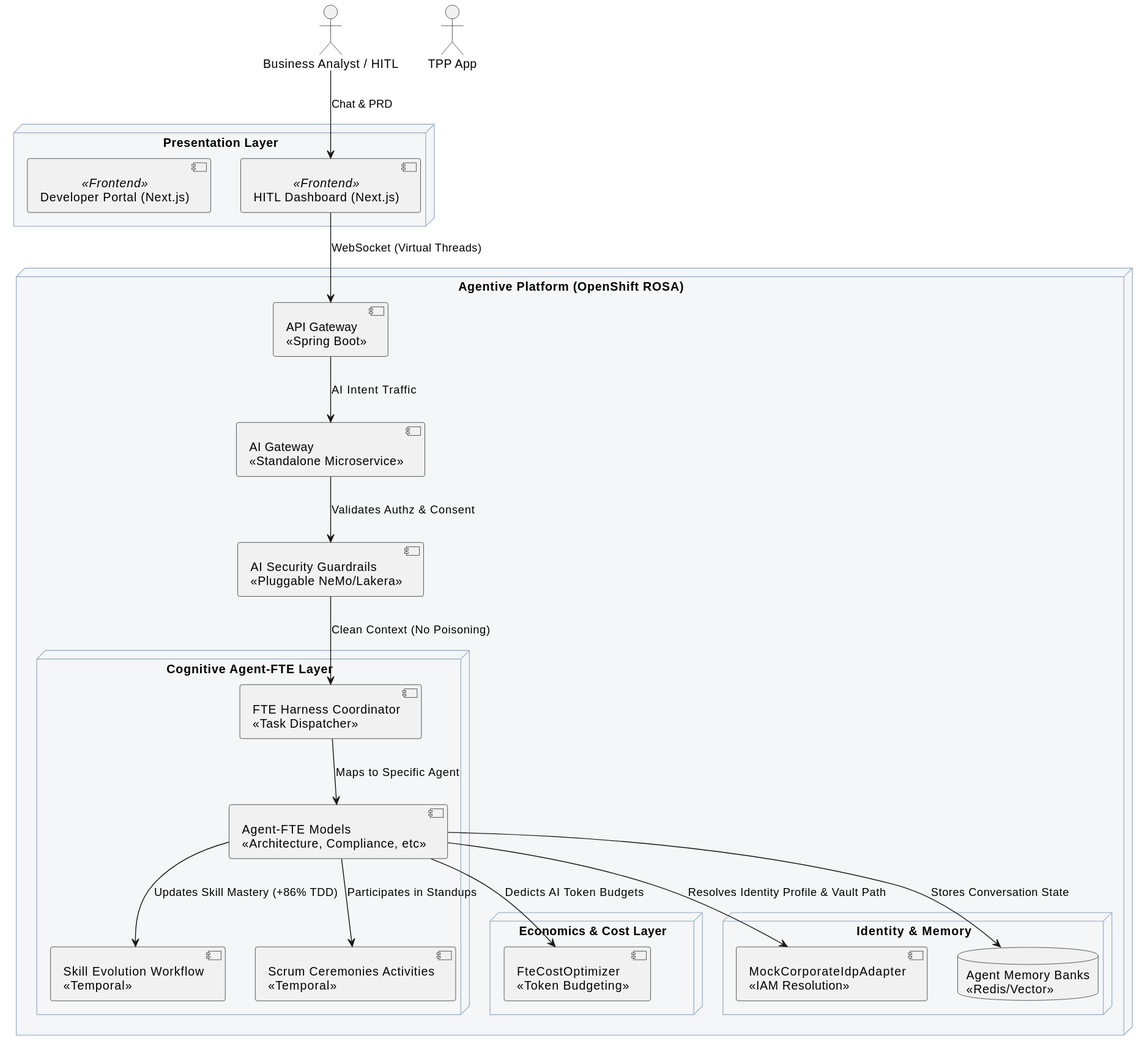
Earlier version of the PlantUML export docs/diagrams/AI_Cognitive_Architecture.svg (COPUR/OPF-Agentive-Platform).
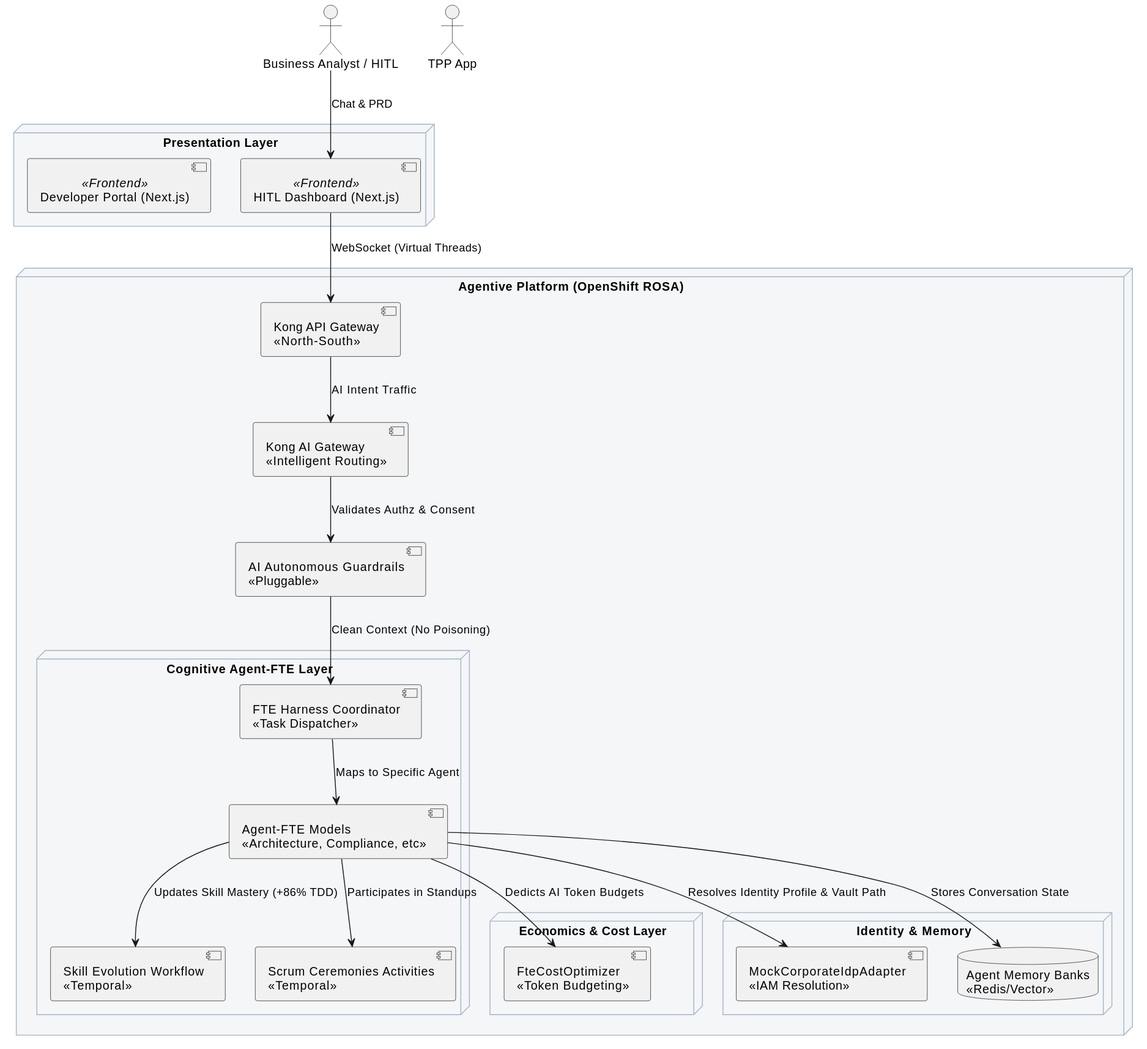
The same diagram one commit later.

Diff of the diagram source:
```diff
@@ -14,9 +14,9 @@
 
 node "Agentive Platform (OpenShift ROSA)" {
 
-    component "API Gateway\n<<Spring Boot>>" as apiGw
-    component "AI Gateway\n<<Standalone Microservice>>" as aiGw
-    component "AI Security Guardrails\n<<Pluggable NeMo/Lakera>>" as aiSec
+    component "Kong API Gateway\n<<North-South>>" as apiGw
+    component "Kong AI Gateway\n<<Intelligent Routing>>" as aiGw
+    component "AI Autonomous Guardrails\n<<Pluggable>>" as aiSec
 
     node "Cognitive Agent-FTE Layer" {
         component "FTE Harness Coordinator\n<<Task Dispatcher>>" as harness
```
